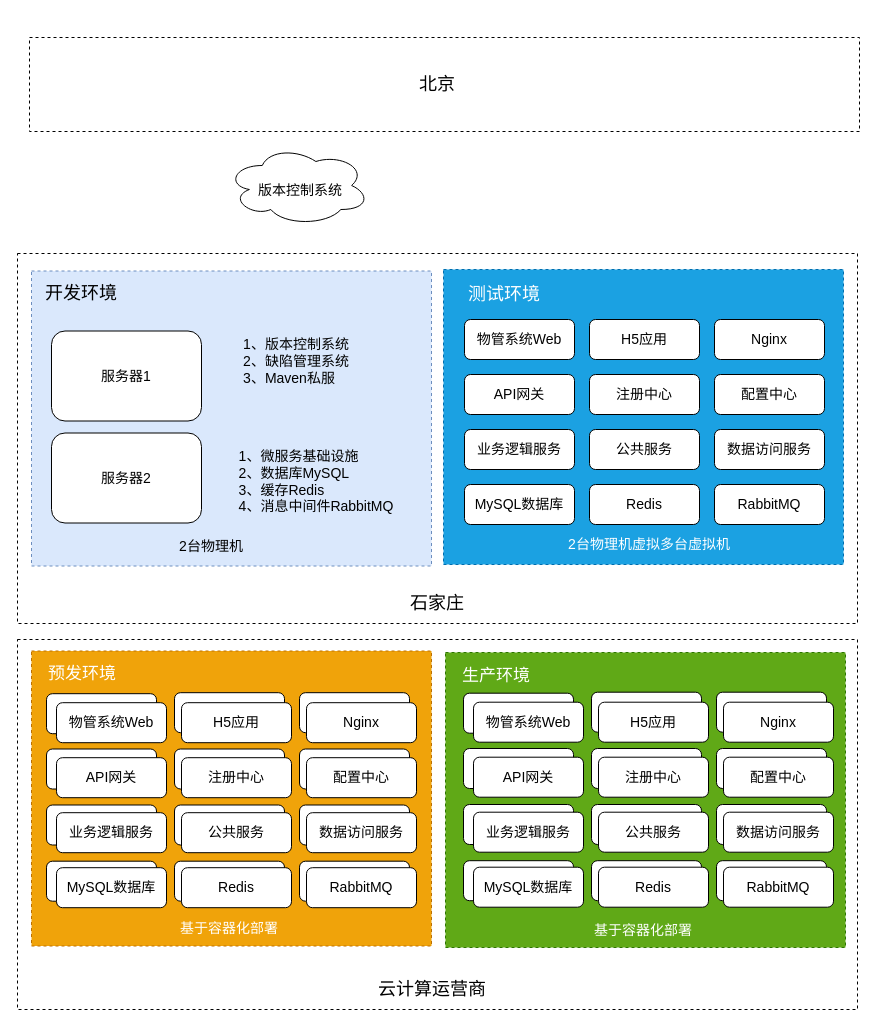
Earlier version of the draw.io diagram page "Page-2" (2 of 2) of Untitled Diagram.drawio (jeffmacn/myjava). Source tidied: cells renumbered, new cells numbered last; positions are measured from the earlier drawing's top-left corner, leaving out a move shared by most shapes. Both pictures are drawn from the tidied source at 100%, with x=0, y=0 at pixel (17, 37).
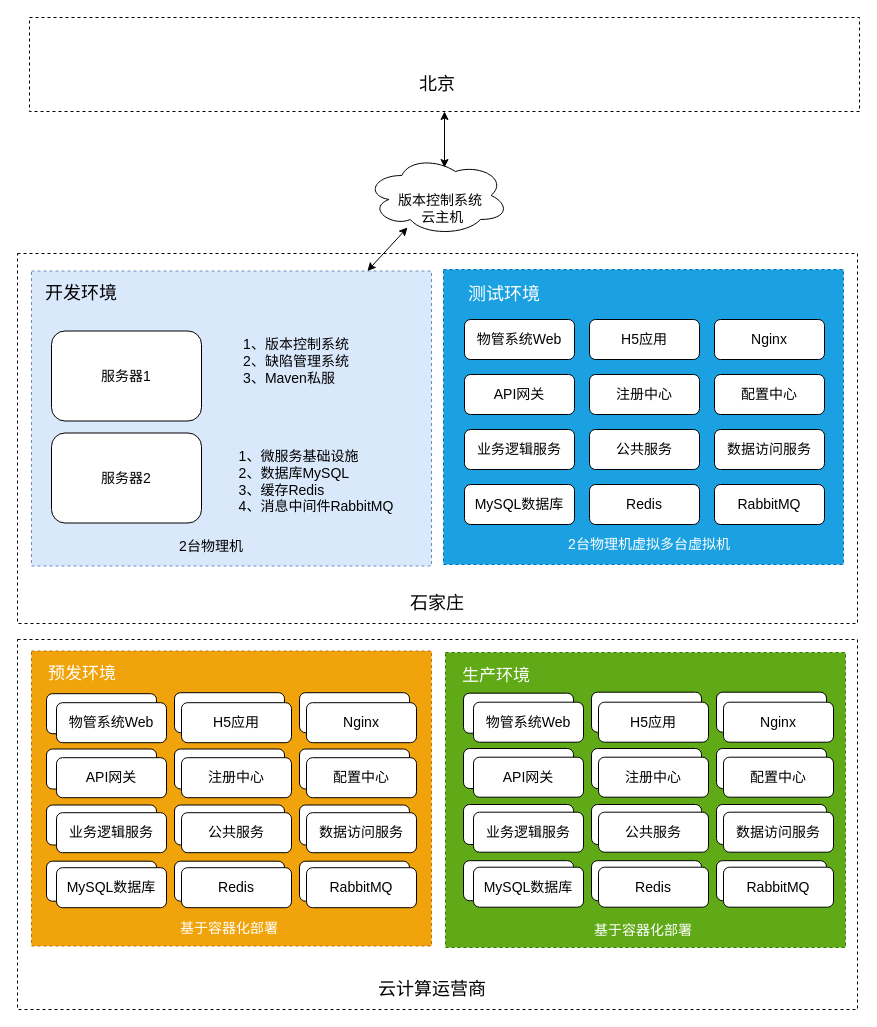
The same page after the edit.

The change refers to these unchanged cells:
```xml
<mxCell id="24" style="rounded=0;whiteSpace=wrap;html=1;fontSize=14;dashed=1;fillColor=#dae8fc;strokeColor=#6c8ebf;" parent="23" vertex="1">
  <mxGeometry width="400" height="295" as="geometry" />
</mxCell>
```

What changed in the source:
```diff
@@
     <mxCell id="31" style="rounded=0;whiteSpace=wrap;html=1;dashed=1;fontSize=18;" parent="1" vertex="1">
-      <mxGeometry x="12" width="830" height="94" as="geometry" />
+      <mxGeometry x="12" y="-20" width="830" height="94" as="geometry" />
     </mxCell>
@@
     <mxCell id="33" style="group;" parent="1" vertex="1">
-      <mxGeometry x="209" y="108" width="143" height="80" as="geometry" />
+      <mxGeometry x="348.5" y="118" width="143" height="80" as="geometry" />
     </mxCell>
@@
-    <mxCell id="35" value="版本控制系统" style="text;html=1;fontSize=14;fontColor=#000000;" parent="33" vertex="1">
+    <mxCell id="35" value="版本控制系统&lt;br&gt;&amp;nbsp; &amp;nbsp; &amp;nbsp; 云主机&lt;br&gt;" style="text;html=1;fontSize=14;fontColor=#000000;" parent="33" vertex="1">
       <mxGeometry x="30" y="30" width="90" height="30" as="geometry" />
     </mxCell>
@@
+    <mxCell id="94" style="endArrow=classic;startArrow=classic;html=1;fontSize=17;fontColor=#FFFFFF;" parent="1" edge="1" source="24">
+      <mxGeometry relative="1" as="geometry">
+        <mxPoint x="390" y="190" as="targetPoint" />
+      </mxGeometry>
+    </mxCell>
+    <mxCell id="95" style="endArrow=classic;startArrow=classic;html=1;fontSize=17;fontColor=#FFFFFF;entryX=0.5;entryY=1;entryDx=0;entryDy=0;" parent="1" edge="1" target="31">
+      <mxGeometry relative="1" as="geometry">
+        <mxPoint x="427" y="130" as="sourcePoint" />
+      </mxGeometry>
+    </mxCell>
```
